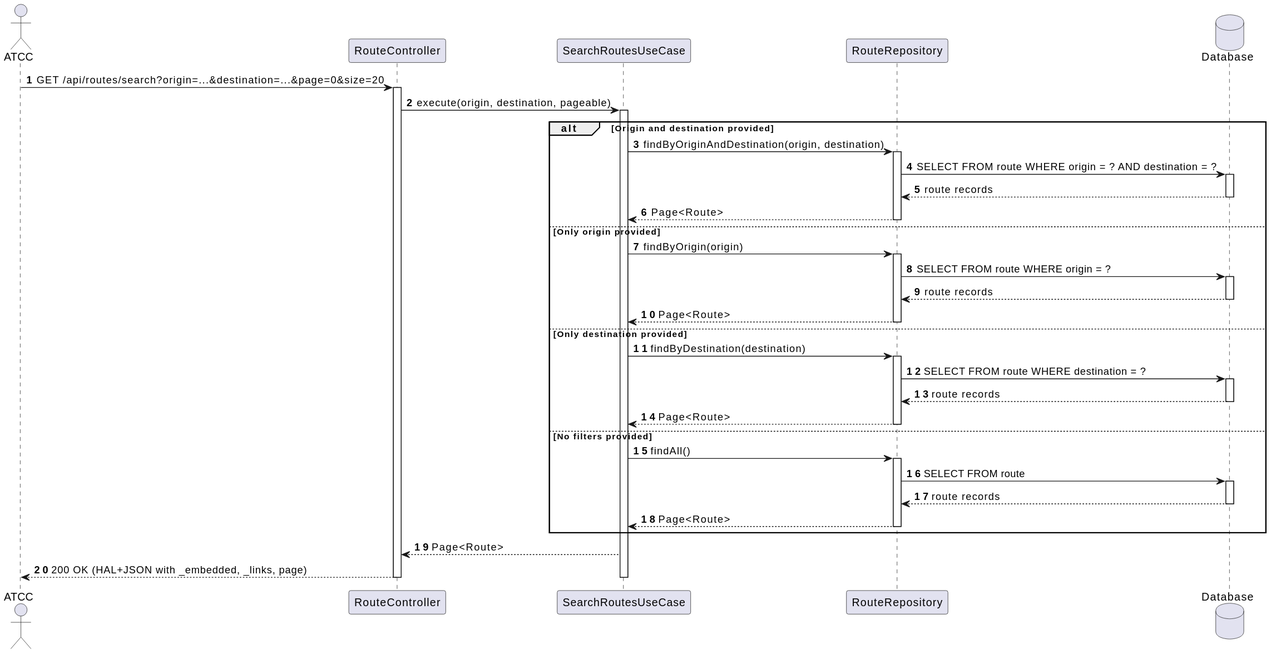
Earlier version of the PlantUML export docs/system-documentation/use-cases/WP3A/US114/svg/sd_us114.svg (VascoMagolo/psoft_1231562_1241692_1242036_2db).
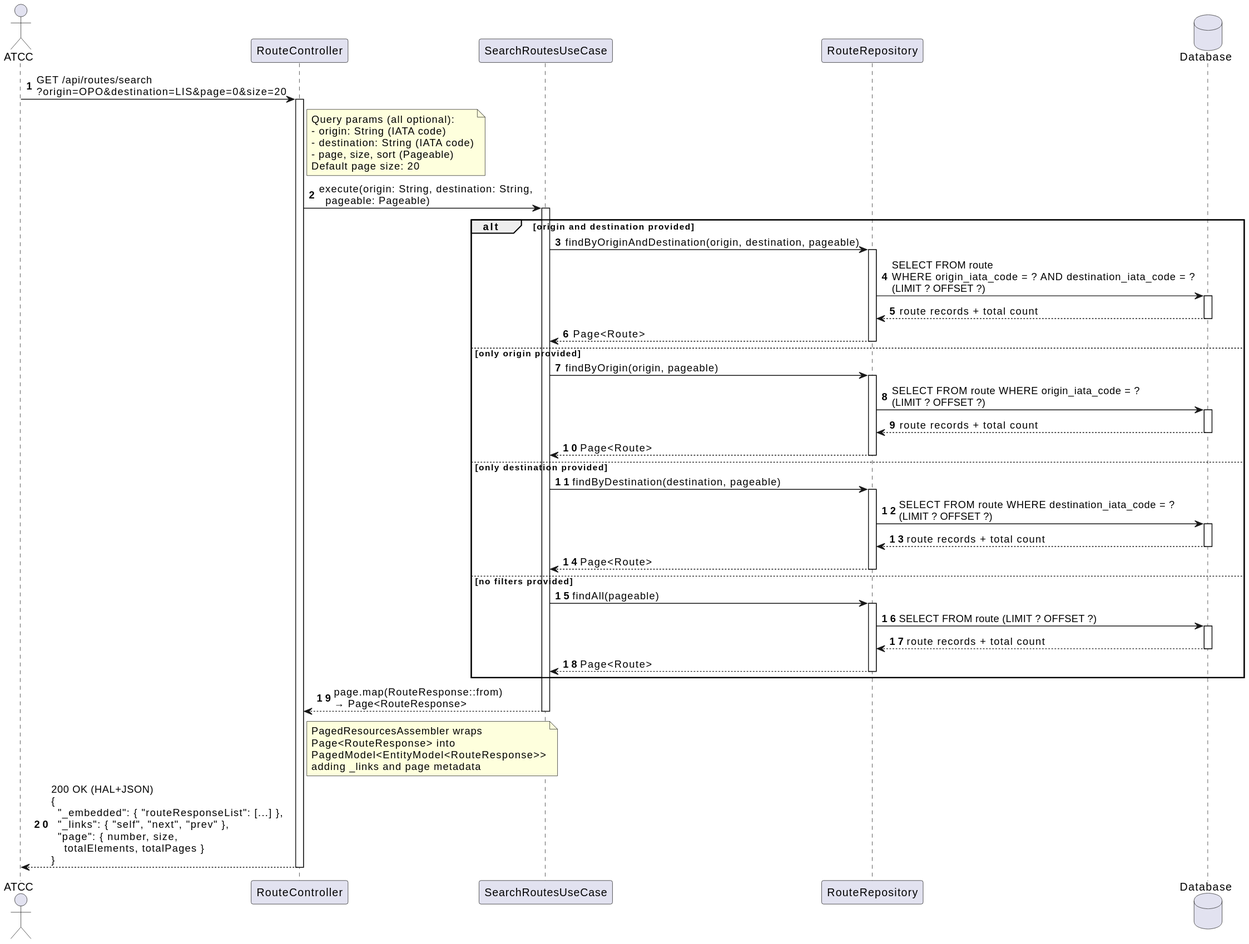
The same file after the commit.

What changed in the source:
```diff
@@ -6,53 +6,68 @@
 participant "RouteRepository" as Repo
 database "Database" as DB
 
-Actor -> Ctrl : GET /api/routes/search?origin=...&destination=...&page=0&size=20
+Actor -> Ctrl : GET /api/routes/search\n?origin=OPO&destination=LIS&page=0&size=20
 activate Ctrl
 
-Ctrl -> UC : execute(origin, destination, pageable)
+note right of Ctrl
+  Query params (all optional):
+  - origin: String (IATA code)
+  - destination: String (IATA code)
+  - page, size, sort (Pageable)
+  Default page size: 20
+end note
+
+Ctrl -> UC : execute(origin: String, destination: String,\n  pageable: Pageable)
 activate UC
 
-alt Origin and destination provided
-    UC -> Repo : findByOriginAndDestination(origin, destination)
-    activate Repo
-    Repo -> DB : SELECT FROM route WHERE origin = ? AND destination = ?
-    activate DB
-    DB --> Repo : route records
-    deactivate DB
-    Repo --> UC : Page<Route>
-    deactivate Repo
-else Only origin provided
-    UC -> Repo : findByOrigin(origin)
-    activate Repo
-    Repo -> DB : SELECT FROM route WHERE origin = ?
-    activate DB
-    DB --> Repo : route records
-    deactivate DB
-    Repo --> UC : Page<Route>
-    deactivate Repo
-else Only destination provided
-    UC -> Repo : findByDestination(destination)
-    activate Repo
-    Repo -> DB : SELECT FROM route WHERE destination = ?
-    activate DB
-    DB --> Repo : route records
-    deactivate DB
-    Repo --> UC : Page<Route>
-    deactivate Repo
-else No filters provided
-    UC -> Repo : findAll()
-    activate Repo
-    Repo -> DB : SELECT FROM route
-    activate DB
-    DB --> Repo : route records
-    deactivate DB
-    Repo --> UC : Page<Route>
-    deactivate Repo
+alt origin and destination provided
+  UC -> Repo : findByOriginAndDestination(origin, destination, pageable)
+  activate Repo
+  Repo -> DB : SELECT FROM route\nWHERE origin_iata_code = ? AND destination_iata_code = ?\n(LIMIT ? OFFSET ?)
+  activate DB
+  DB --> Repo : route records + total count
+  deactivate DB
+  Repo --> UC : Page<Route>
+  deactivate Repo
+else only origin provided
+  UC -> Repo : findByOrigin(origin, pageable)
+  activate Repo
+  Repo -> DB : SELECT FROM route WHERE origin_iata_code = ?\n(LIMIT ? OFFSET ?)
+  activate DB
+  DB --> Repo : route records + total count
+  deactivate DB
+  Repo --> UC : Page<Route>
+  deactivate Repo
+else only destination provided
+  UC -> Repo : findByDestination(destination, pageable)
+  activate Repo
+  Repo -> DB : SELECT FROM route WHERE destination_iata_code = ?\n(LIMIT ? OFFSET ?)
+  activate DB
+  DB --> Repo : route records + total count
+  deactivate DB
+  Repo --> UC : Page<Route>
+  deactivate Repo
+else no filters provided
+  UC -> Repo : findAll(pageable)
+  activate Repo
+  Repo -> DB : SELECT FROM route (LIMIT ? OFFSET ?)
+  activate DB
+  DB --> Repo : route records + total count
+  deactivate DB
+  Repo --> UC : Page<Route>
+  deactivate Repo
 end
 
-UC --> Ctrl : Page<Route>
-Ctrl --> Actor : 200 OK (HAL+JSON with _embedded, _links, page)
+UC --> Ctrl : page.map(RouteResponse::from)\n→ Page<RouteResponse>
+deactivate UC
 
-deactivate UC
+note right of Ctrl
+  PagedResourcesAssembler wraps
+  Page<RouteResponse> into
+  PagedModel<EntityModel<RouteResponse>>
+  adding _links and page metadata
+end note
+
+Ctrl --> Actor : 200 OK (HAL+JSON)\n{\n  "_embedded": { "routeResponseList": [...] },\n  "_links": { "self", "next", "prev" },\n  "page": { number, size,\n    totalElements, totalPages }\n}
 deactivate Ctrl
 @enduml
```
